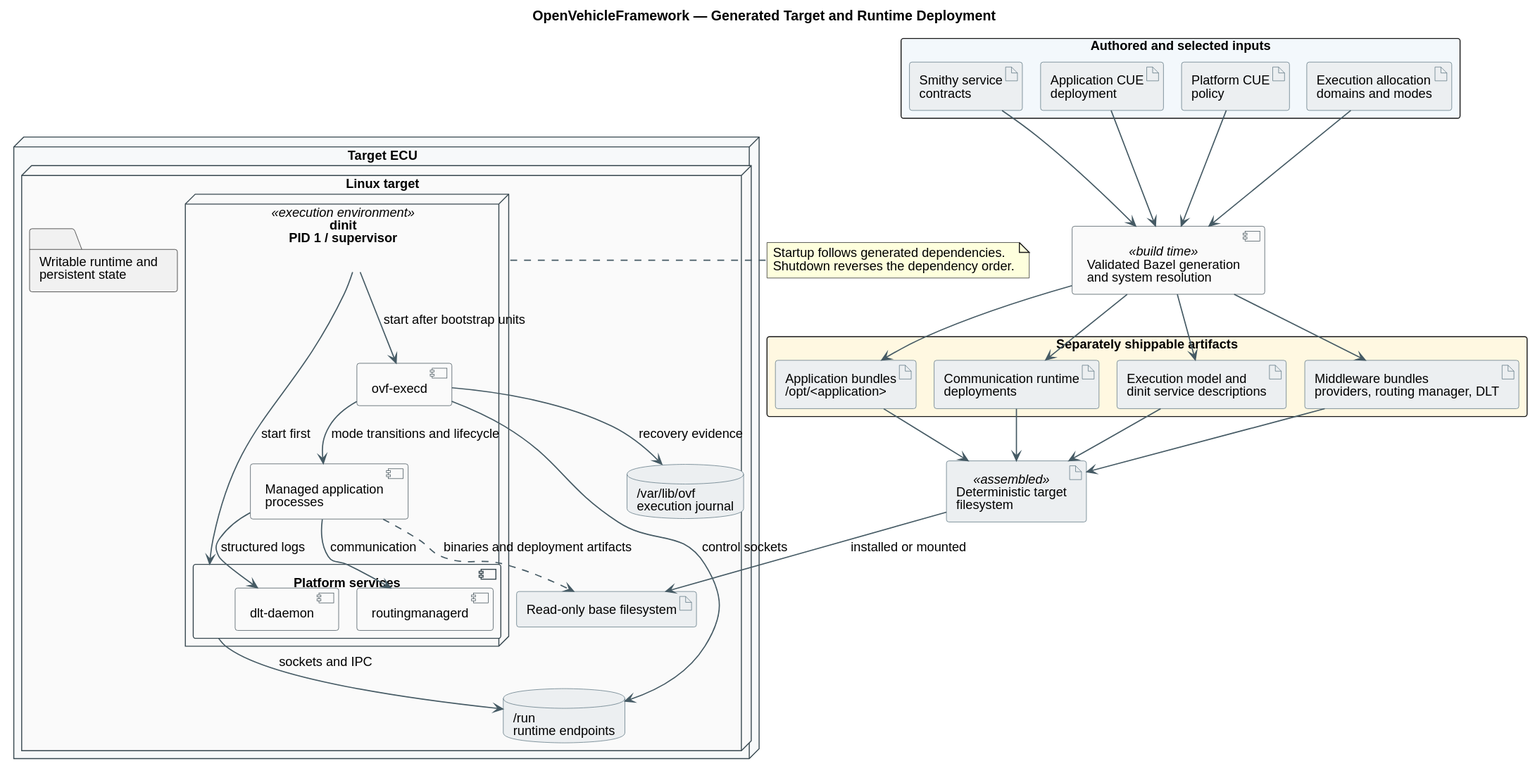
Before: docs/diagrams/target-deployment.svg, a diagram exported from PlantUML (unwynd/openvehicleframework).
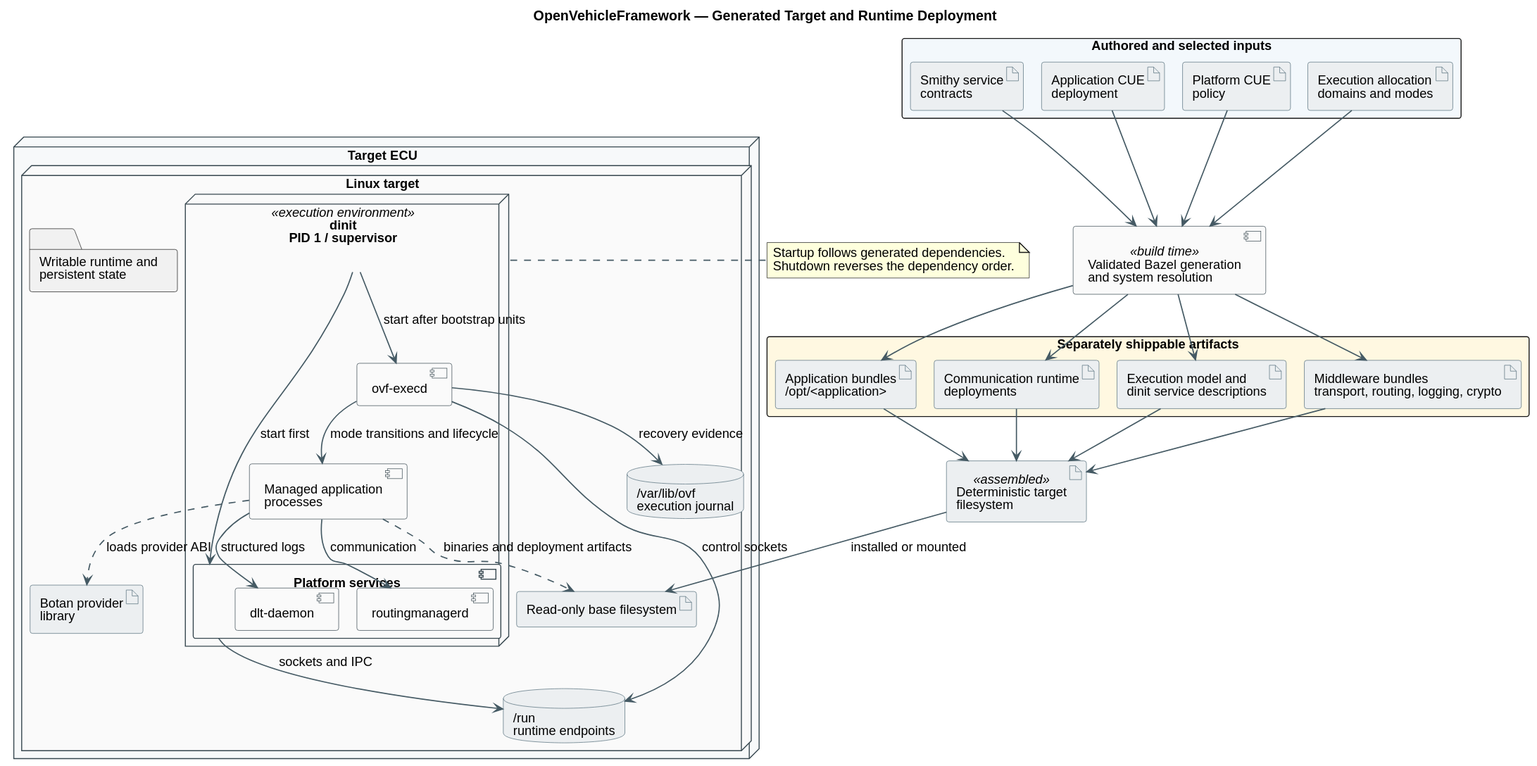
Above is the later version.

Commit message:
Document the crypto architecture for v0.0.3

The edit, as a diff of the source:
```diff
@@ -33,7 +33,7 @@
   artifact "Application bundles\n/opt/<application>" as app_bundles
   artifact "Communication runtime\ndeployments" as com_deployments
   artifact "Execution model and\ndinit service descriptions" as exec_deployment
-  artifact "Middleware bundles\nproviders, routing manager, DLT" as middleware
+  artifact "Middleware bundles\ntransport, routing, logging, crypto" as middleware
 }
 
 artifact "Deterministic target\nfilesystem" as rootfs <<assembled>>
@@ -65,6 +65,7 @@
       component "Managed application\nprocesses" as applications
     }
 
+    artifact "Botan provider\nlibrary" as botan
     database "/run\nruntime endpoints" as run
     database "/var/lib/ovf\nexecution journal" as journal
   }
@@ -76,6 +77,7 @@
 execd --> applications : mode transitions and lifecycle
 applications --> routing : communication
 applications --> dlt_daemon : structured logs
+applications ..> botan : loads provider ABI
 services --> run : sockets and IPC
 execd --> run : control sockets
 execd --> journal : recovery evidence
```
